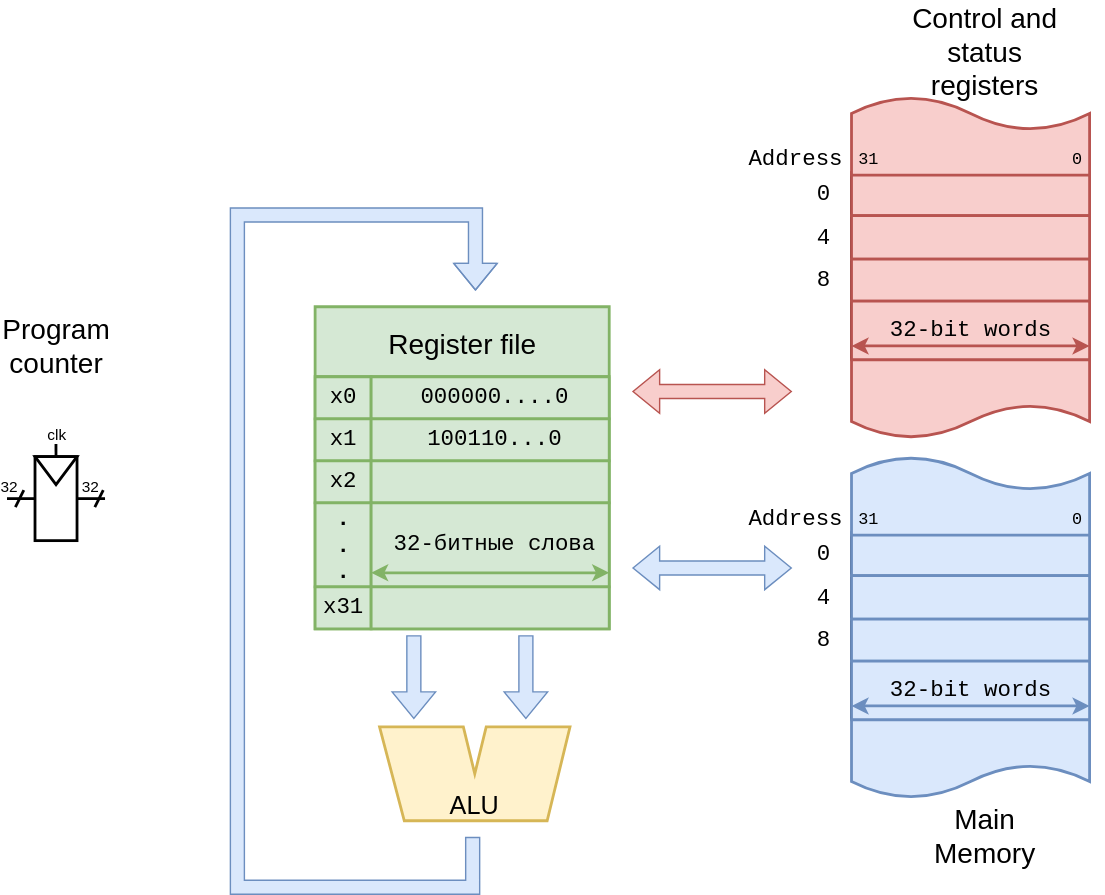
MPSU/APS keeps this draw.io diagram as .pic/Other/rv32i/fig_01.drawio.svg. Above is the earlier version. Source tidied: cells renumbered, new cells last; positions are measured from the earlier drawing's top-left corner, leaving out a move shared by most shapes.
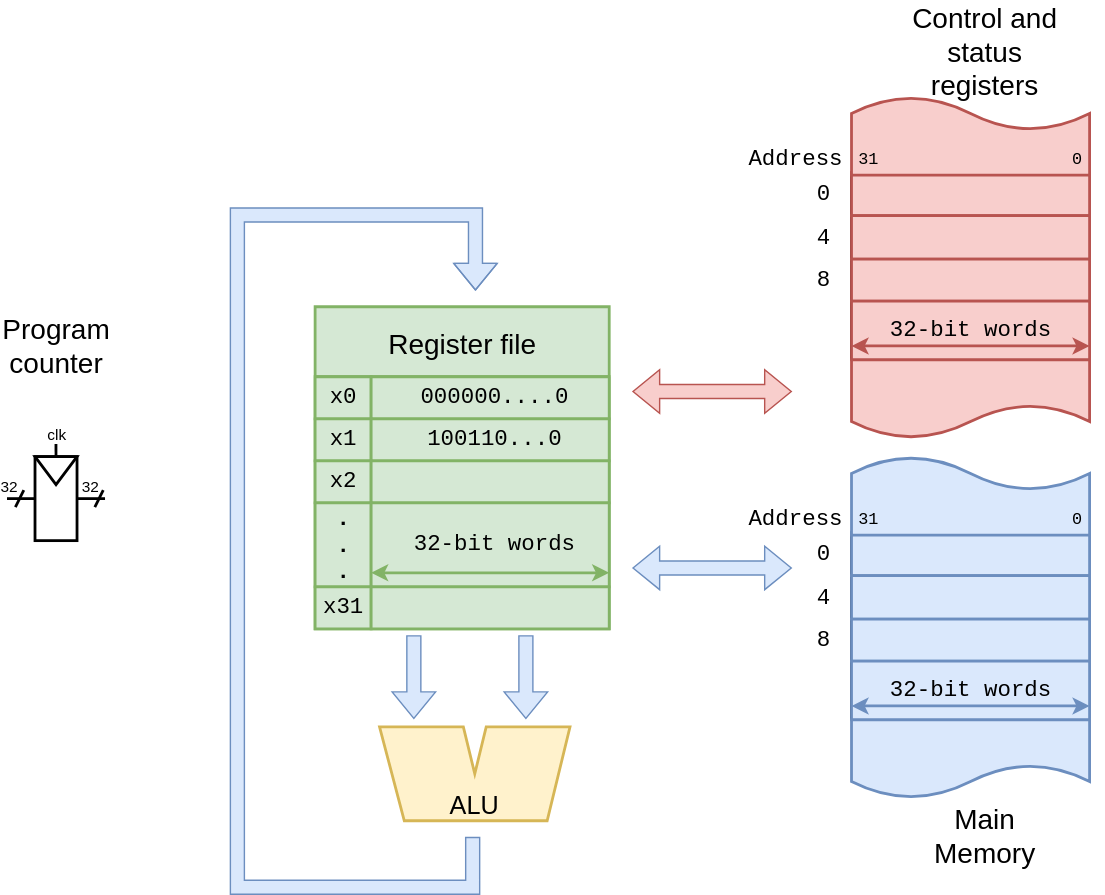
After the commit.

The edit, as a diff of the source:
```diff
@@ -38,7 +38,7 @@
     <mxCell id="13" value="&lt;b&gt;.&lt;br&gt;.&lt;br&gt;.&lt;/b&gt;" style="shape=partialRectangle;html=1;whiteSpace=wrap;fillColor=#d5e8d4;top=1;left=1;bottom=1;right=1;overflow=hidden;strokeColor=#82b366;fontSize=16;align=center;fontFamily=Courier New;strokeWidth=2;" parent="12" vertex="1">
       <mxGeometry width="40" height="60" as="geometry" />
     </mxCell>
-    <mxCell id="14" value="32-битные слова" style="shape=partialRectangle;html=1;whiteSpace=wrap;fillColor=#d5e8d4;top=1;left=1;bottom=1;right=1;align=center;spacingLeft=6;overflow=hidden;strokeColor=#82b366;fontSize=16;fontFamily=Courier New;strokeWidth=2;" parent="12" vertex="1">
+    <mxCell id="14" value="32-bit words" style="shape=partialRectangle;html=1;whiteSpace=wrap;fillColor=#d5e8d4;top=1;left=1;bottom=1;right=1;align=center;spacingLeft=6;overflow=hidden;strokeColor=#82b366;fontSize=16;fontFamily=Courier New;strokeWidth=2;" parent="12" vertex="1">
       <mxGeometry x="40" width="170" height="60" as="geometry" />
     </mxCell>
     <mxCell id="15" style="shape=tableRow;horizontal=0;startSize=0;swimlaneHead=0;swimlaneBody=0;top=0;left=0;bottom=0;right=0;fillColor=#d5e8d4;strokeColor=#82b366;fontSize=16;align=center;fontFamily=Courier New;" parent="2" vertex="1">
```
